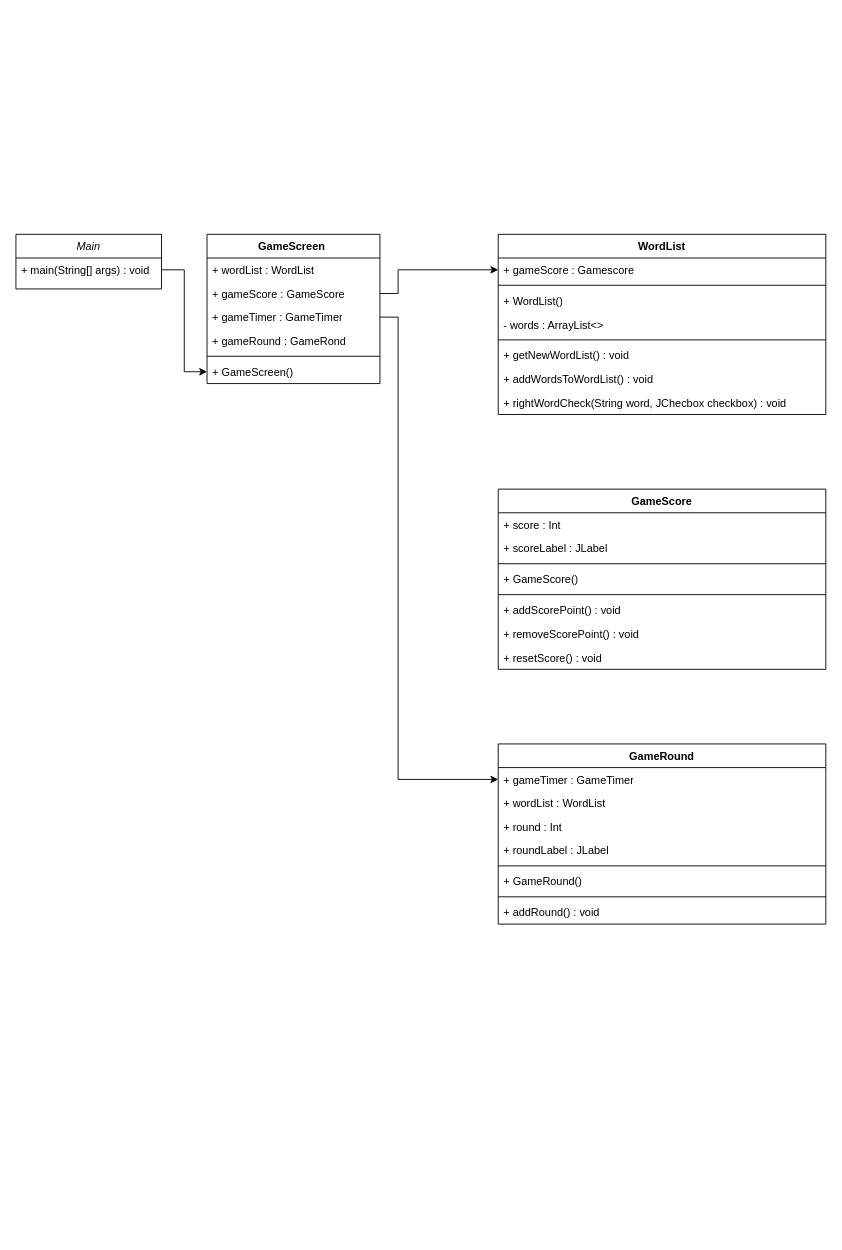
Earlier version of the draw.io diagram src/main/resources/30_seconds.drawio (Chrinsieboy/you_have_30_seconds). Source tidied: cells renumbered, new cells numbered last; positions are measured from the earlier drawing's top-left corner, leaving out a move shared by most shapes. Both pictures are drawn from the tidied source at 91%, with x=0, y=0 at pixel (15, 234).
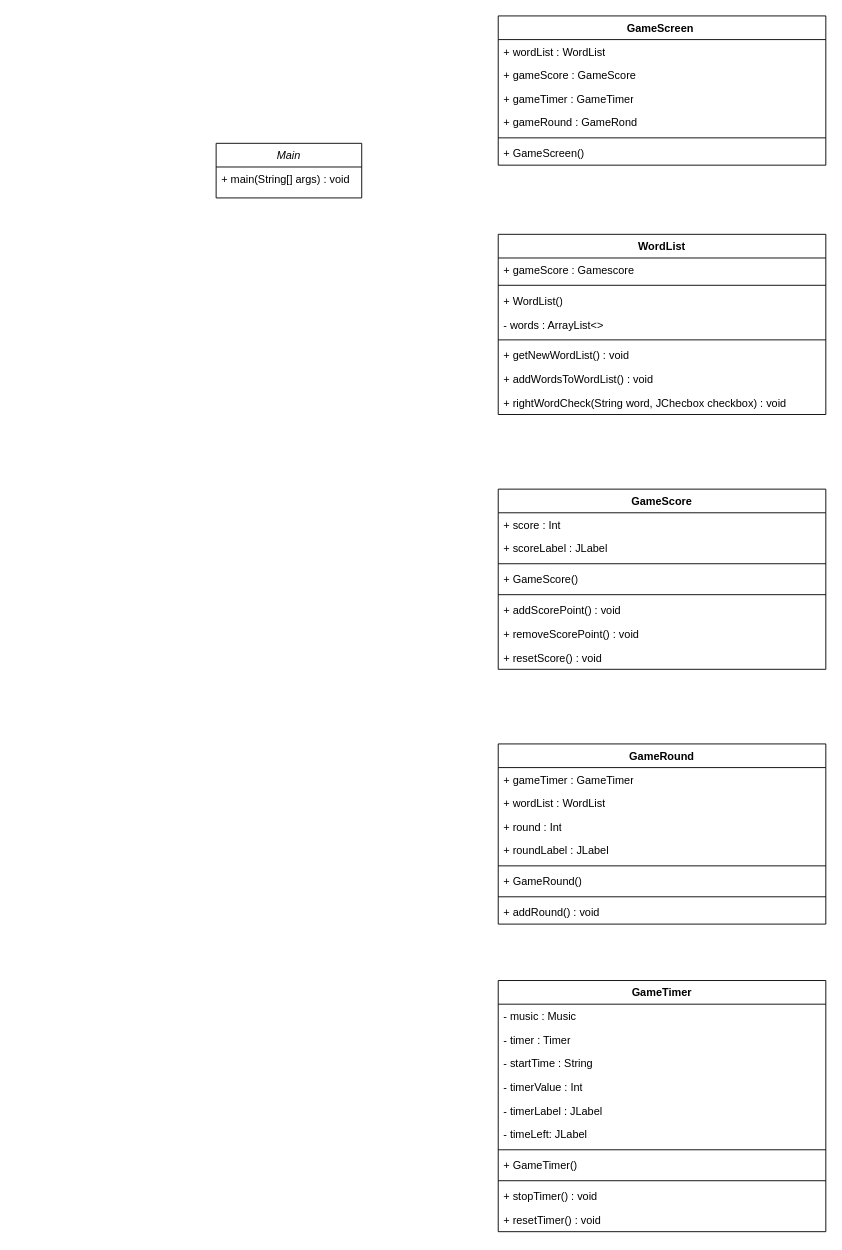
After the change.

The change refers to these unchanged cells:
```xml
<mxCell id="3" value="+ main(String[] args) : void" style="text;align=left;verticalAlign=top;spacingLeft=4;spacingRight=4;overflow=hidden;points=[[0,0.5],[1,0.5]];portConstraint=eastwest;" parent="2" vertex="1">
  <mxGeometry y="26" width="160" height="26" as="geometry" />
</mxCell>
<mxCell id="12" value="+ gameScore : Gamescore" style="text;strokeColor=none;fillColor=none;align=left;verticalAlign=top;spacingLeft=4;spacingRight=4;overflow=hidden;points=[[0,0.5],[1,0.5]];portConstraint=eastwest;whiteSpace=wrap;html=1;" parent="11" vertex="1">
  <mxGeometry y="26" width="360" height="26" as="geometry" />
</mxCell>
<mxCell id="32" value="+ gameTimer : GameTimer" style="text;strokeColor=none;fillColor=none;align=left;verticalAlign=top;spacingLeft=4;spacingRight=4;overflow=hidden;points=[[0,0.5],[1,0.5]];portConstraint=eastwest;whiteSpace=wrap;html=1;" parent="31" vertex="1">
  <mxGeometry y="26" width="360" height="26" as="geometry" />
</mxCell>
```

Change to the diagram source:
```diff
@@
     <mxCell id="2" value="Main" style="swimlane;fontStyle=2;align=center;verticalAlign=top;horizontal=1;startSize=26;rounded=0;shadow=0;strokeWidth=1;" parent="1" vertex="1">
-      <mxGeometry width="160" height="60" as="geometry" />
+      <mxGeometry x="220" y="-100" width="160" height="60" as="geometry" />
     </mxCell>
@@
     <mxCell id="4" value="GameScreen&amp;nbsp;" style="swimlane;fontStyle=1;align=center;verticalAlign=top;horizontal=1;startSize=26;whiteSpace=wrap;html=1;" parent="1" vertex="1">
-      <mxGeometry x="210" width="190" height="164" as="geometry" />
+      <mxGeometry x="530" y="-240" width="360" height="164" as="geometry" />
     </mxCell>
     <mxCell id="5" value="+ wordList : WordList" style="text;strokeColor=none;fillColor=none;align=left;verticalAlign=top;spacingLeft=4;spacingRight=4;overflow=hidden;whiteSpace=wrap;html=1;" parent="4" vertex="1">
-      <mxGeometry y="26" width="190" height="26" as="geometry" />
+      <mxGeometry y="26" width="360" height="26" as="geometry" />
     </mxCell>
     <mxCell id="6" value="+ gameScore : GameScore" style="text;strokeColor=none;fillColor=none;align=left;verticalAlign=top;spacingLeft=4;spacingRight=4;overflow=hidden;points=[[0,0.5],[1,0.5]];portConstraint=eastwest;whiteSpace=wrap;html=1;" parent="4" vertex="1">
-      <mxGeometry y="52" width="190" height="26" as="geometry" />
+      <mxGeometry y="52" width="360" height="26" as="geometry" />
     </mxCell>
     <mxCell id="7" value="+ gameTimer : GameTimer" style="text;strokeColor=none;fillColor=none;align=left;verticalAlign=top;spacingLeft=4;spacingRight=4;overflow=hidden;points=[[0,0.5],[1,0.5]];portConstraint=eastwest;whiteSpace=wrap;html=1;" parent="4" vertex="1">
-      <mxGeometry y="78" width="190" height="26" as="geometry" />
+      <mxGeometry y="78" width="360" height="26" as="geometry" />
     </mxCell>
     <mxCell id="8" value="+ gameRound : GameRond" style="text;strokeColor=none;fillColor=none;align=left;verticalAlign=top;spacingLeft=4;spacingRight=4;overflow=hidden;whiteSpace=wrap;html=1;" parent="4" vertex="1">
-      <mxGeometry y="104" width="190" height="26" as="geometry" />
+      <mxGeometry y="104" width="360" height="26" as="geometry" />
     </mxCell>
     <mxCell id="9" style="line;strokeWidth=1;fillColor=none;align=left;verticalAlign=middle;spacingTop=-1;spacingLeft=3;spacingRight=3;labelPosition=right;strokeColor=inherit;" parent="4" vertex="1">
-      <mxGeometry y="130" width="190" height="8" as="geometry" />
+      <mxGeometry y="130" width="360" height="8" as="geometry" />
     </mxCell>
     <mxCell id="10" value="+ GameScreen()" style="text;strokeColor=none;fillColor=none;align=left;verticalAlign=top;spacingLeft=4;spacingRight=4;overflow=hidden;points=[[0,0.5],[1,0.5]];portConstraint=eastwest;whiteSpace=wrap;html=1;" parent="4" vertex="1">
-      <mxGeometry y="138" width="190" height="26" as="geometry" />
+      <mxGeometry y="138" width="360" height="26" as="geometry" />
     </mxCell>
@@
-    <mxCell id="20" style="edgeStyle=orthogonalEdgeStyle;rounded=0;jettySize=auto;html=1;entryX=0;entryY=0.5;entryDx=0;entryDy=0;" parent="1" edge="1" source="3" target="10">
-      <mxGeometry relative="1" as="geometry" />
-    </mxCell>
-    <mxCell id="21" style="edgeStyle=orthogonalEdgeStyle;rounded=0;jettySize=auto;html=1;entryX=0;entryY=0.5;entryDx=0;entryDy=0;" parent="1" edge="1" source="6" target="12">
-      <mxGeometry relative="1" as="geometry">
-        <Array as="points">
-          <mxPoint x="420" y="65" />
-          <mxPoint x="420" y="39" />
-        </Array>
-      </mxGeometry>
-    </mxCell>
@@
-    <mxCell id="40" style="edgeStyle=orthogonalEdgeStyle;rounded=0;jettySize=auto;html=1;entryX=0;entryY=0.5;entryDx=0;entryDy=0;" parent="1" edge="1" source="7" target="32">
-      <mxGeometry relative="1" as="geometry">
-        <Array as="points">
-          <mxPoint x="420" y="91" />
-          <mxPoint x="420" y="599" />
-        </Array>
-      </mxGeometry>
-    </mxCell>
+    <mxCell id="41" value="GameTimer" style="swimlane;fontStyle=1;align=center;verticalAlign=top;horizontal=1;startSize=26;whiteSpace=wrap;html=1;" parent="1" vertex="1">
+      <mxGeometry x="530" y="820" width="360" height="276" as="geometry" />
+    </mxCell>
+    <mxCell id="42" value="- music : Music" style="text;strokeColor=none;fillColor=none;align=left;verticalAlign=top;spacingLeft=4;spacingRight=4;overflow=hidden;whiteSpace=wrap;html=1;" parent="41" vertex="1">
+      <mxGeometry y="26" width="360" height="26" as="geometry" />
+    </mxCell>
+    <mxCell id="43" value="- timer : Timer" style="text;strokeColor=none;fillColor=none;align=left;verticalAlign=top;spacingLeft=4;spacingRight=4;overflow=hidden;whiteSpace=wrap;html=1;" parent="41" vertex="1">
+      <mxGeometry y="52" width="360" height="26" as="geometry" />
+    </mxCell>
+    <mxCell id="44" value="- startTime : String" style="text;strokeColor=none;fillColor=none;align=left;verticalAlign=top;spacingLeft=4;spacingRight=4;overflow=hidden;whiteSpace=wrap;html=1;" parent="41" vertex="1">
+      <mxGeometry y="78" width="360" height="26" as="geometry" />
+    </mxCell>
+    <mxCell id="45" value="- timerValue : Int" style="text;strokeColor=none;fillColor=none;align=left;verticalAlign=top;spacingLeft=4;spacingRight=4;overflow=hidden;whiteSpace=wrap;html=1;" parent="41" vertex="1">
+      <mxGeometry y="104" width="360" height="26" as="geometry" />
+    </mxCell>
+    <mxCell id="46" value="- timerLabel : JLabel" style="text;strokeColor=none;fillColor=none;align=left;verticalAlign=top;spacingLeft=4;spacingRight=4;overflow=hidden;whiteSpace=wrap;html=1;" parent="41" vertex="1">
+      <mxGeometry y="130" width="360" height="26" as="geometry" />
+    </mxCell>
+    <mxCell id="47" value="- timeLeft: JLabel" style="text;strokeColor=none;fillColor=none;align=left;verticalAlign=top;spacingLeft=4;spacingRight=4;overflow=hidden;whiteSpace=wrap;html=1;" parent="41" vertex="1">
+      <mxGeometry y="156" width="360" height="26" as="geometry" />
+    </mxCell>
+    <mxCell id="48" style="line;strokeWidth=1;fillColor=none;align=left;verticalAlign=middle;spacingTop=-1;spacingLeft=3;spacingRight=3;labelPosition=right;strokeColor=inherit;" parent="41" vertex="1">
+      <mxGeometry y="182" width="360" height="8" as="geometry" />
+    </mxCell>
+    <mxCell id="49" value="+ GameTimer()" style="text;strokeColor=none;fillColor=none;align=left;verticalAlign=top;spacingLeft=4;spacingRight=4;overflow=hidden;whiteSpace=wrap;html=1;" parent="41" vertex="1">
+      <mxGeometry y="190" width="360" height="26" as="geometry" />
+    </mxCell>
+    <mxCell id="50" style="line;strokeWidth=1;fillColor=none;align=left;verticalAlign=middle;spacingTop=-1;spacingLeft=3;spacingRight=3;labelPosition=right;strokeColor=inherit;" parent="41" vertex="1">
+      <mxGeometry y="216" width="360" height="8" as="geometry" />
+    </mxCell>
+    <mxCell id="51" value="+ stopTimer() : void" style="text;strokeColor=none;fillColor=none;align=left;verticalAlign=top;spacingLeft=4;spacingRight=4;overflow=hidden;whiteSpace=wrap;html=1;" parent="41" vertex="1">
+      <mxGeometry y="224" width="360" height="26" as="geometry" />
+    </mxCell>
+    <mxCell id="52" value="+ resetTimer() : void" style="text;strokeColor=none;fillColor=none;align=left;verticalAlign=top;spacingLeft=4;spacingRight=4;overflow=hidden;whiteSpace=wrap;html=1;" parent="41" vertex="1">
+      <mxGeometry y="250" width="360" height="26" as="geometry" />
+    </mxCell>
```
